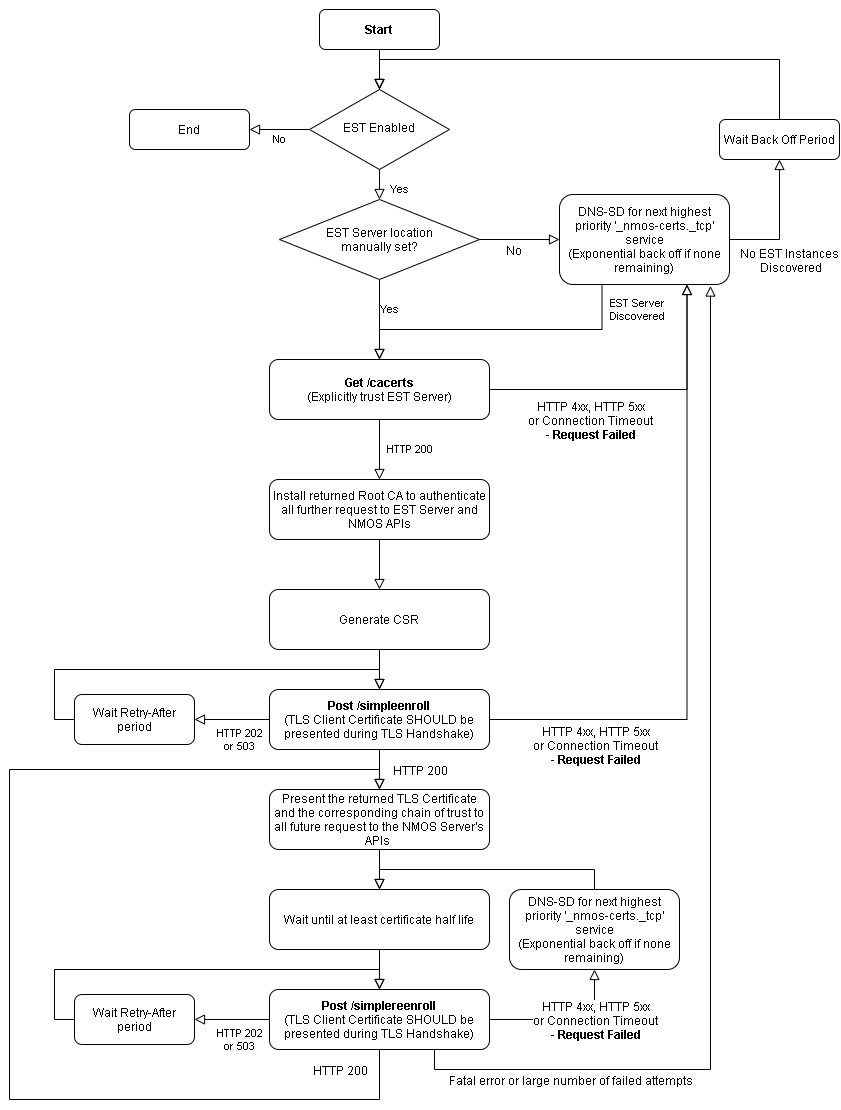
This is docs/images/nmos_server_workflow.png from AMWA-TV/bcp-003-03, a draw.io export, as it was before one commit. Source tidied: cells renumbered, new cells last; positions are measured from the earlier drawing's top-left corner, leaving out a move shared by most shapes.
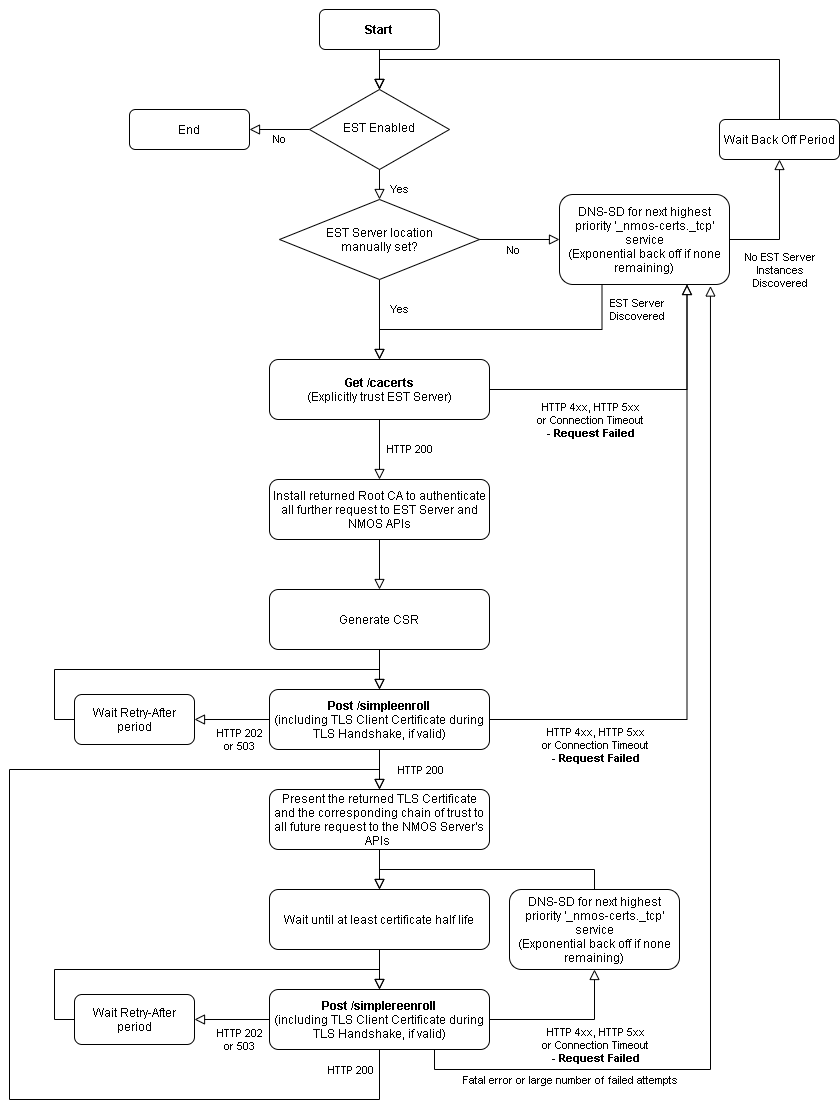
After the change.

Commit message:
Remove normative language key word from informative diagrams

The edit, as a diff of the source:
```diff
@@ -21,7 +21,7 @@
       <mxGeometry x="260" y="350" width="220" height="60" as="geometry" />
     </mxCell>
     <mxCell id="8" value="Yes" style="rounded=0;html=1;jettySize=auto;fontSize=11;endArrow=block;endFill=0;endSize=8;strokeWidth=1;shadow=0;labelBackgroundColor=none;edgeStyle=orthogonalEdgeStyle;exitX=0.5;exitY=1;exitDx=0;exitDy=0;" parent="1" edge="1" source="9" target="7">
-      <mxGeometry x="-0.25" y="10" relative="1" as="geometry" />
+      <mxGeometry x="-0.25" y="20" relative="1" as="geometry" />
     </mxCell>
     <mxCell id="9" value="&lt;div&gt;EST Server location&lt;/div&gt;&lt;div&gt;manually set?&lt;/div&gt;" style="rhombus;whiteSpace=wrap;html=1;" parent="1" vertex="1">
       <mxGeometry x="270" y="190" width="200" height="80" as="geometry" />
@@ -37,7 +37,7 @@
     <mxCell id="12" style="rounded=0;html=1;jettySize=auto;fontSize=11;endArrow=block;endFill=0;endSize=8;strokeWidth=1;shadow=0;labelBackgroundColor=none;edgeStyle=orthogonalEdgeStyle;entryX=0;entryY=0.5;entryDx=0;entryDy=0;exitX=1;exitY=0.5;exitDx=0;exitDy=0;" parent="1" edge="1" source="9" target="11">
       <mxGeometry relative="1" as="geometry" />
     </mxCell>
-    <mxCell id="13" value="No" style="text;html=1;align=center;verticalAlign=middle;labelBackgroundColor=#ffffff;" parent="12" vertex="1">
+    <mxCell id="13" value="No" style="text;html=1;align=center;verticalAlign=middle;labelBackgroundColor=none;fontSize=11;" parent="12" vertex="1">
       <mxGeometry x="-0.17" y="-2" relative="1" as="geometry">
         <mxPoint y="8" as="offset" />
       </mxGeometry>
@@ -48,9 +48,9 @@
     <mxCell id="15" style="rounded=0;html=1;jettySize=auto;fontSize=11;endArrow=block;endFill=0;endSize=8;strokeWidth=1;shadow=0;labelBackgroundColor=none;edgeStyle=orthogonalEdgeStyle;entryX=0.5;entryY=1;entryDx=0;entryDy=0;exitX=1;exitY=0.5;exitDx=0;exitDy=0;" parent="1" edge="1" source="11" target="14">
       <mxGeometry relative="1" as="geometry" />
     </mxCell>
-    <mxCell id="16" value="&lt;div&gt;No EST Instances &lt;br&gt;&lt;/div&gt;&lt;div&gt;Discovered&lt;/div&gt;" style="text;html=1;align=center;verticalAlign=middle;labelBackgroundColor=#ffffff;" parent="15" vertex="1">
+    <mxCell id="16" value="&lt;div style=&quot;font-size: 11px;&quot;&gt;No EST Server&lt;br style=&quot;font-size: 11px;&quot;&gt;Instances&lt;br style=&quot;font-size: 11px;&quot;&gt;Discovered&lt;/div&gt;" style="text;html=1;align=center;verticalAlign=middle;labelBackgroundColor=none;fontSize=11;" parent="15" vertex="1">
       <mxGeometry x="-0.17" y="-2" relative="1" as="geometry">
-        <mxPoint x="8" y="24" as="offset" />
+        <mxPoint x="-2" y="34" as="offset" />
       </mxGeometry>
     </mxCell>
     <mxCell id="17" style="rounded=0;html=1;jettySize=auto;fontSize=11;endArrow=block;endFill=0;endSize=8;strokeWidth=1;shadow=0;labelBackgroundColor=none;edgeStyle=orthogonalEdgeStyle;entryX=0.5;entryY=0;entryDx=0;entryDy=0;exitX=0.5;exitY=0;exitDx=0;exitDy=0;" parent="1" edge="1" source="49" target="5">
@@ -72,7 +72,7 @@
     <mxCell id="19" style="rounded=0;html=1;jettySize=auto;fontSize=11;endArrow=block;endFill=0;endSize=8;strokeWidth=1;shadow=0;labelBackgroundColor=none;edgeStyle=orthogonalEdgeStyle;entryX=0.75;entryY=1;entryDx=0;entryDy=0;exitX=1;exitY=0.5;exitDx=0;exitDy=0;" parent="1" edge="1" source="7" target="11">
       <mxGeometry relative="1" as="geometry" />
     </mxCell>
-    <mxCell id="20" value="&lt;div&gt;HTTP 4xx, HTTP 5xx&lt;/div&gt;&lt;div&gt;or Connection Timeout&lt;/div&gt;&lt;div&gt;- &lt;b&gt;Request Failed&lt;/b&gt;&lt;/div&gt;" style="text;html=1;align=center;verticalAlign=middle;labelBackgroundColor=#ffffff;" parent="19" vertex="1">
+    <mxCell id="20" value="&lt;div style=&quot;font-size: 11px;&quot;&gt;HTTP 4xx, HTTP 5xx&lt;/div&gt;&lt;div style=&quot;font-size: 11px;&quot;&gt;or Connection Timeout&lt;/div&gt;&lt;div style=&quot;font-size: 11px;&quot;&gt;- &lt;b style=&quot;font-size: 11px;&quot;&gt;Request Failed&lt;/b&gt;&lt;/div&gt;" style="text;html=1;align=center;verticalAlign=middle;labelBackgroundColor=none;fontSize=11;" parent="19" vertex="1">
       <mxGeometry x="-0.17" y="-2" relative="1" as="geometry">
         <mxPoint x="-25" y="28" as="offset" />
       </mxGeometry>
@@ -80,7 +80,7 @@
     <mxCell id="21" value="Install returned Root CA to authenticate all further request to EST Server and NMOS APIs" style="rounded=1;whiteSpace=wrap;html=1;" parent="1" vertex="1">
       <mxGeometry x="260" y="470" width="220" height="60" as="geometry" />
     </mxCell>
-    <mxCell id="22" value="&lt;div&gt;&lt;b&gt;Post /simpleenroll&lt;/b&gt;&lt;/div&gt;&lt;div&gt;(TLS Client Certificate SHOULD be presented during TLS Handshake)&lt;br&gt;&lt;/div&gt;" style="rounded=1;whiteSpace=wrap;html=1;" parent="1" vertex="1">
+    <mxCell id="22" value="&lt;div&gt;&lt;b&gt;Post /simpleenroll&lt;/b&gt;&lt;/div&gt;&lt;div&gt;(including TLS Client Certificate during TLS Handshake, if valid)&lt;br&gt;&lt;/div&gt;" style="rounded=1;whiteSpace=wrap;html=1;" parent="1" vertex="1">
       <mxGeometry x="260" y="680" width="220" height="60" as="geometry" />
     </mxCell>
     <mxCell id="23" style="rounded=0;html=1;jettySize=auto;fontSize=11;endArrow=block;endFill=0;endSize=8;strokeWidth=1;shadow=0;labelBackgroundColor=none;edgeStyle=orthogonalEdgeStyle;exitX=0.5;exitY=1;exitDx=0;exitDy=0;entryX=0.5;entryY=0;entryDx=0;entryDy=0;" parent="1" edge="1" source="21" target="24">
@@ -104,7 +104,7 @@
     <mxCell id="29" style="rounded=0;html=1;jettySize=auto;fontSize=11;endArrow=block;endFill=0;endSize=8;strokeWidth=1;shadow=0;labelBackgroundColor=none;edgeStyle=orthogonalEdgeStyle;exitX=1;exitY=0.5;exitDx=0;exitDy=0;entryX=0.75;entryY=1;entryDx=0;entryDy=0;" parent="1" edge="1" source="22" target="11">
       <mxGeometry relative="1" as="geometry" />
     </mxCell>
-    <mxCell id="30" value="&lt;div&gt;HTTP 4xx, HTTP 5xx&lt;/div&gt;&lt;div&gt;or Connection Timeout&lt;/div&gt;&lt;div&gt;- &lt;b&gt;Request Failed&lt;/b&gt;&lt;/div&gt;" style="text;html=1;align=center;verticalAlign=middle;labelBackgroundColor=#ffffff;" parent="29" vertex="1">
+    <mxCell id="30" value="&lt;div style=&quot;font-size: 11px;&quot;&gt;HTTP 4xx, HTTP 5xx&lt;/div&gt;&lt;div style=&quot;font-size: 11px;&quot;&gt;or Connection Timeout&lt;/div&gt;&lt;div style=&quot;font-size: 11px;&quot;&gt;- &lt;b style=&quot;font-size: 11px;&quot;&gt;Request Failed&lt;/b&gt;&lt;/div&gt;" style="text;html=1;align=center;verticalAlign=middle;labelBackgroundColor=none;fontSize=11;" parent="29" vertex="1">
       <mxGeometry x="-0.17" y="-2" relative="1" as="geometry">
         <mxPoint x="-94.5" y="88.5" as="offset" />
       </mxGeometry>
@@ -115,7 +115,7 @@
     <mxCell id="32" style="rounded=0;html=1;jettySize=auto;fontSize=11;endArrow=block;endFill=0;endSize=8;strokeWidth=1;shadow=0;labelBackgroundColor=none;edgeStyle=orthogonalEdgeStyle;exitX=0.5;exitY=1;exitDx=0;exitDy=0;entryX=0.5;entryY=0;entryDx=0;entryDy=0;" parent="1" edge="1" source="22" target="31">
       <mxGeometry x="0.33" y="20" relative="1" as="geometry" />
     </mxCell>
-    <mxCell id="33" value="HTTP 200" style="text;html=1;align=center;verticalAlign=middle;labelBackgroundColor=#ffffff;" parent="32" vertex="1">
+    <mxCell id="33" value="HTTP 200" style="text;html=1;align=center;verticalAlign=middle;labelBackgroundColor=none;fontSize=11;" parent="32" vertex="1">
       <mxGeometry x="-0.4" y="3" relative="1" as="geometry">
         <mxPoint x="37" y="8" as="offset" />
       </mxGeometry>
@@ -126,7 +126,7 @@
     <mxCell id="35" style="rounded=0;html=1;jettySize=auto;fontSize=11;endArrow=block;endFill=0;endSize=8;strokeWidth=1;shadow=0;labelBackgroundColor=none;edgeStyle=orthogonalEdgeStyle;exitX=0.5;exitY=1;exitDx=0;exitDy=0;entryX=0.5;entryY=0;entryDx=0;entryDy=0;" parent="1" edge="1" source="31" target="34">
       <mxGeometry x="0.33" y="20" relative="1" as="geometry" />
     </mxCell>
-    <mxCell id="36" value="&lt;div&gt;&lt;b&gt;Post /simplereenroll&lt;/b&gt;&lt;/div&gt;&lt;div&gt;(TLS Client Certificate SHOULD be presented during TLS Handshake)&lt;br&gt;&lt;/div&gt;" style="rounded=1;whiteSpace=wrap;html=1;" parent="1" vertex="1">
+    <mxCell id="36" value="&lt;div&gt;&lt;b&gt;Post /simplereenroll&lt;/b&gt;&lt;/div&gt;&lt;div&gt;(including TLS Client Certificate during TLS Handshake, if valid)&lt;br&gt;&lt;/div&gt;" style="rounded=1;whiteSpace=wrap;html=1;" parent="1" vertex="1">
       <mxGeometry x="260" y="980" width="220" height="60" as="geometry" />
     </mxCell>
     <mxCell id="37" style="rounded=0;html=1;jettySize=auto;fontSize=11;endArrow=block;endFill=0;endSize=8;strokeWidth=1;shadow=0;labelBackgroundColor=none;edgeStyle=orthogonalEdgeStyle;exitX=0.5;exitY=1;exitDx=0;exitDy=0;entryX=0.5;entryY=0;entryDx=0;entryDy=0;" parent="1" edge="1" source="34" target="36">
@@ -160,9 +160,9 @@
         </Array>
       </mxGeometry>
     </mxCell>
-    <mxCell id="44" value="&lt;div&gt;HTTP 4xx, HTTP 5xx&lt;/div&gt;&lt;div&gt;or Connection Timeout&lt;/div&gt;&lt;div&gt;- &lt;b&gt;Request Failed&lt;/b&gt;&lt;/div&gt;" style="text;html=1;align=center;verticalAlign=middle;labelBackgroundColor=#ffffff;" parent="43" vertex="1">
+    <mxCell id="44" value="&lt;div style=&quot;font-size: 11px;&quot;&gt;HTTP 4xx, HTTP 5xx&lt;/div&gt;&lt;div style=&quot;font-size: 11px;&quot;&gt;or Connection Timeout&lt;/div&gt;&lt;div style=&quot;font-size: 11px;&quot;&gt;- &lt;b style=&quot;font-size: 11px;&quot;&gt;Request Failed&lt;/b&gt;&lt;/div&gt;" style="text;html=1;align=center;verticalAlign=middle;labelBackgroundColor=none;fontSize=11;" parent="43" vertex="1">
       <mxGeometry x="-0.52" y="2" relative="1" as="geometry">
-        <mxPoint x="68" y="2" as="offset" />
+        <mxPoint x="68" y="27" as="offset" />
       </mxGeometry>
     </mxCell>
     <mxCell id="45" style="rounded=0;html=1;jettySize=auto;fontSize=11;endArrow=block;endFill=0;endSize=8;strokeWidth=1;shadow=0;labelBackgroundColor=none;edgeStyle=orthogonalEdgeStyle;exitX=0.5;exitY=1;exitDx=0;exitDy=0;entryX=0.5;entryY=0;entryDx=0;entryDy=0;" parent="1" edge="1" source="36" target="31">
@@ -175,9 +175,9 @@
         </Array>
       </mxGeometry>
     </mxCell>
-    <mxCell id="46" value="HTTP 200" style="text;html=1;align=center;verticalAlign=middle;labelBackgroundColor=#ffffff;" parent="45" vertex="1">
+    <mxCell id="46" value="HTTP 200" style="text;html=1;align=center;verticalAlign=middle;labelBackgroundColor=none;fontSize=11;" parent="45" vertex="1">
       <mxGeometry x="-0.95" relative="1" as="geometry">
-        <mxPoint x="-40" y="-9" as="offset" />
+        <mxPoint x="-30" y="-9" as="offset" />
       </mxGeometry>
     </mxCell>
     <mxCell id="47" style="rounded=0;html=1;jettySize=auto;fontSize=11;endArrow=block;endFill=0;endSize=8;strokeWidth=1;shadow=0;labelBackgroundColor=none;edgeStyle=orthogonalEdgeStyle;exitX=0.75;exitY=1;exitDx=0;exitDy=0;entryX=0.888;entryY=1.017;entryDx=0;entryDy=0;entryPerimeter=0;" parent="1" edge="1" source="36" target="11">
@@ -188,7 +188,7 @@
         </Array>
       </mxGeometry>
     </mxCell>
-    <mxCell id="48" value="Fatal error or large number of failed attempts" style="text;html=1;align=center;verticalAlign=middle;labelBackgroundColor=#ffffff;" parent="47" vertex="1">
+    <mxCell id="48" value="Fatal error or large number of failed attempts" style="text;html=1;align=center;verticalAlign=middle;labelBackgroundColor=none;fontSize=11;" parent="47" vertex="1">
       <mxGeometry x="-0.76" y="-1" relative="1" as="geometry">
         <mxPoint x="24" y="9" as="offset" />
       </mxGeometry>
```
